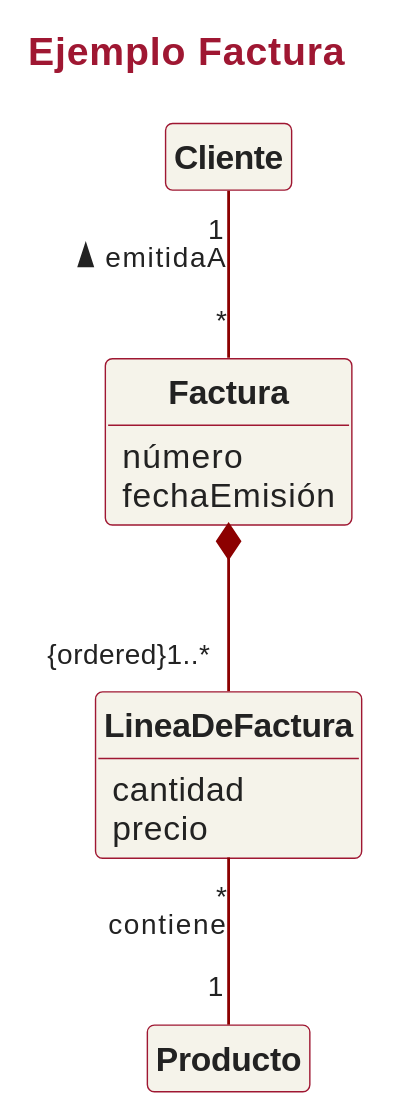
Before: assets/slides/iissi1/t6-introduccion-al-modelado-conceptual/puml/dc-ejemplo-factura.svg, a diagram exported from PlantUML (IISSI-US/web).
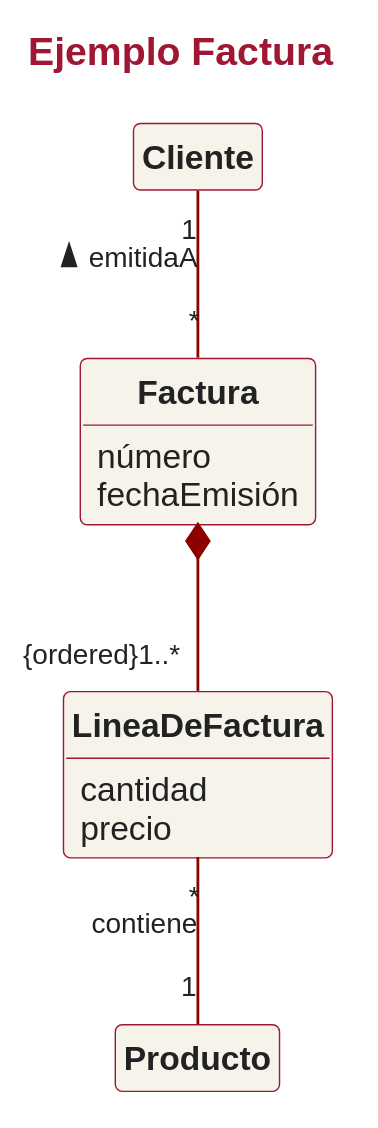
The same file after the commit.

Change to the diagram source:
```diff
@@ -2,9 +2,14 @@
 title Ejemplo Factura
 !include ../../puml/teoria.iuml
 
-!include Factura.iuml
-!include LineaDeFactura.iuml
-
+Class Factura{
+número
+fechaEmisión
+}
+Class LineaDeFactura{
+cantidad
+precio
+}
 Cliente "1" -- "*" Factura: emitidaA <
 Factura *-- "{ordered}1..*" LineaDeFactura
 LineaDeFactura "*" -- "1" Producto :contiene
```
